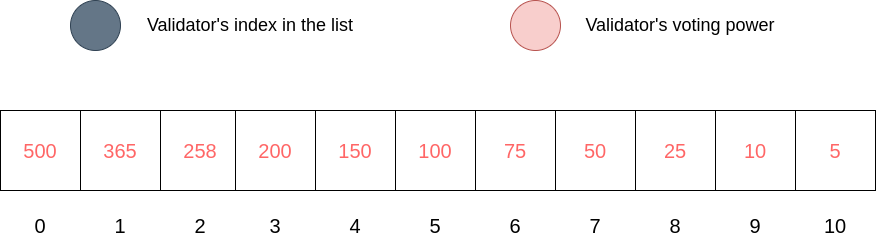
This is static/img/sorted_val_list.png from oraichain/docs-site, a draw.io export, as it was before one commit. Source tidied: cells renumbered, new cells last; positions are measured from the earlier drawing's top-left corner, leaving out a move shared by most shapes.
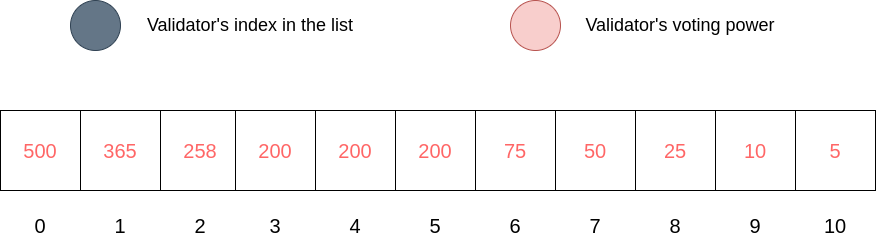
Later version of the same file.

Change to the diagram source:
```diff
@@ -14,10 +14,10 @@
     <mxCell id="5" value="&lt;font style=&quot;font-size: 20px&quot; color=&quot;#ff6666&quot;&gt;200&lt;/font&gt;" style="whiteSpace=wrap;html=1;" parent="1" vertex="1">
       <mxGeometry x="235" y="110" width="80" height="80" as="geometry" />
     </mxCell>
-    <mxCell id="6" value="&lt;font style=&quot;font-size: 20px&quot; color=&quot;#ff6666&quot;&gt;150&lt;/font&gt;" style="whiteSpace=wrap;html=1;" parent="1" vertex="1">
+    <mxCell id="6" value="&lt;font style=&quot;font-size: 20px&quot; color=&quot;#ff6666&quot;&gt;200&lt;/font&gt;" style="whiteSpace=wrap;html=1;" parent="1" vertex="1">
       <mxGeometry x="315" y="110" width="80" height="80" as="geometry" />
     </mxCell>
-    <mxCell id="7" value="&lt;font style=&quot;font-size: 20px&quot; color=&quot;#ff6666&quot;&gt;100&lt;/font&gt;" style="whiteSpace=wrap;html=1;" parent="1" vertex="1">
+    <mxCell id="7" value="&lt;font style=&quot;font-size: 20px&quot; color=&quot;#ff6666&quot;&gt;200&lt;/font&gt;" style="whiteSpace=wrap;html=1;" parent="1" vertex="1">
       <mxGeometry x="395" y="110" width="80" height="80" as="geometry" />
     </mxCell>
     <mxCell id="8" value="&lt;font style=&quot;font-size: 20px&quot; color=&quot;#ff6666&quot;&gt;75&lt;/font&gt;" style="whiteSpace=wrap;html=1;" parent="1" vertex="1">
```
